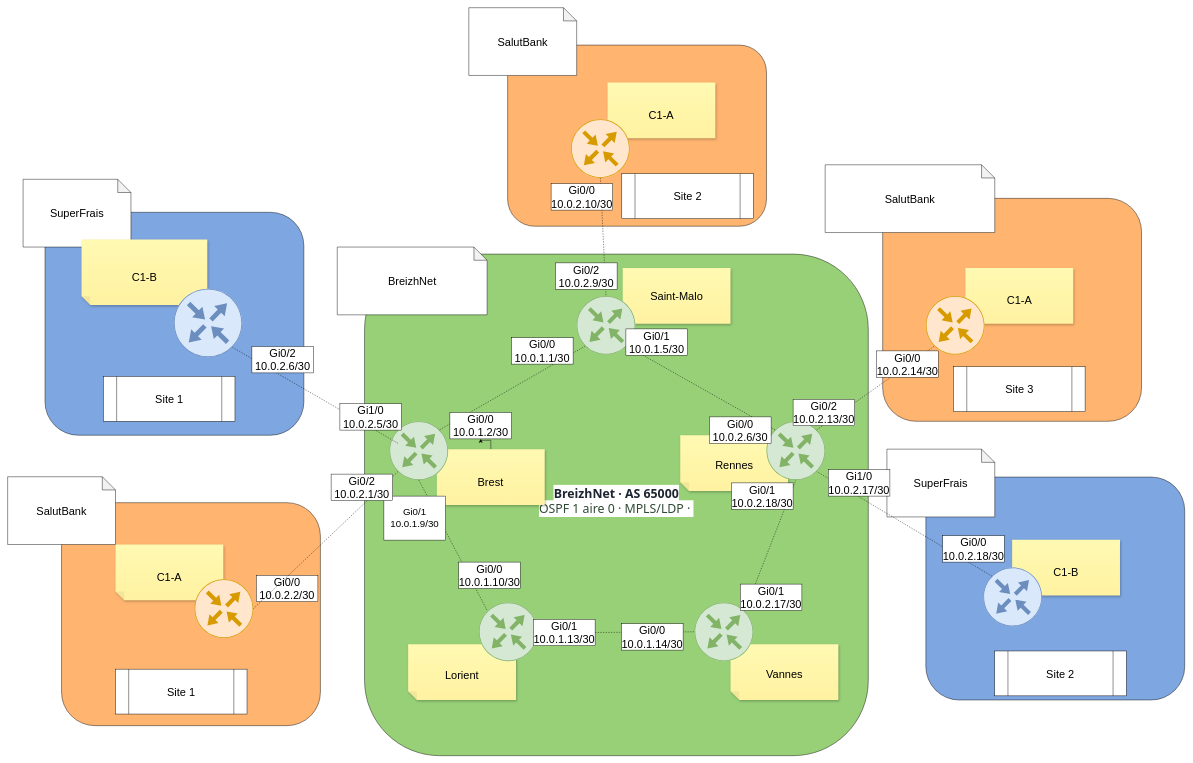
elouannbitauld-wq/SAE-303 keeps this draw.io diagram as nom-de-ton-dossier/Diagramme sans nom.drawio. Above is the earlier version. Source tidied: cells renumbered, new cells numbered last; positions are measured from the earlier drawing's top-left corner, leaving out a move shared by most shapes. Both pictures are drawn from the tidied source at 44%, with x=0, y=0 at pixel (7, 7).
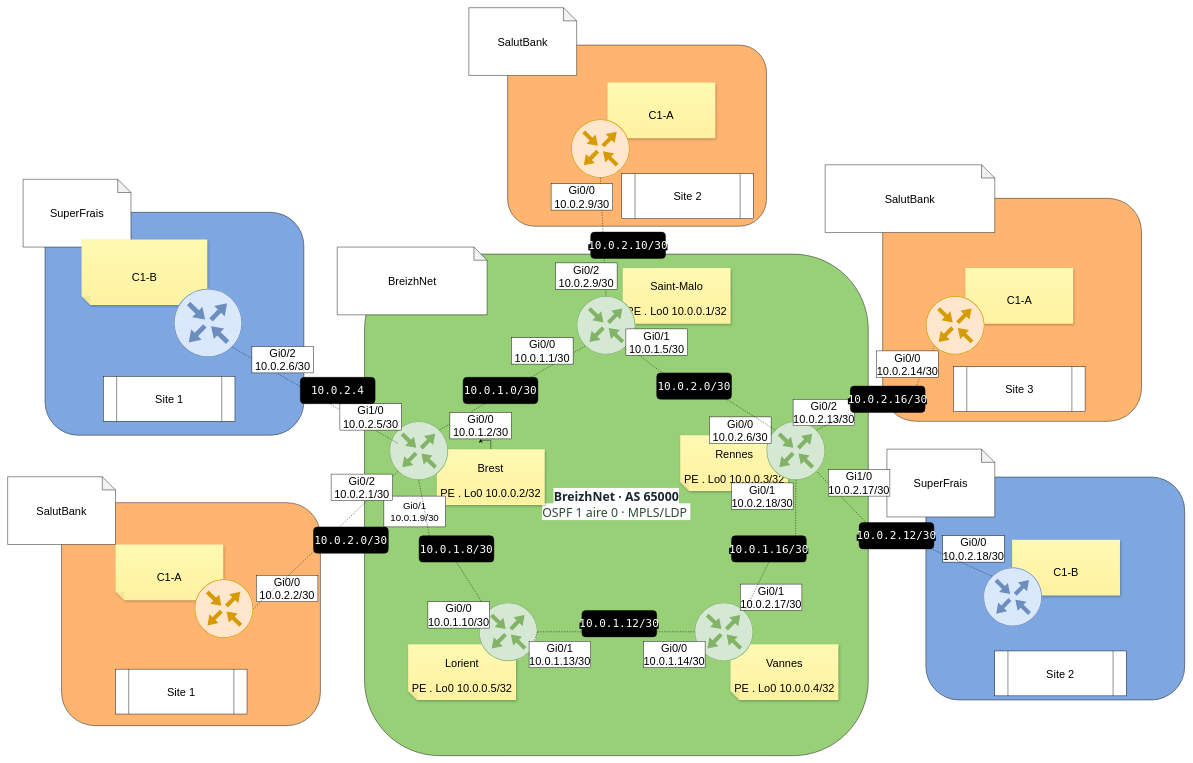
The same diagram, later.

Commit message (it also covers changes not shown here):
Mettre à jour Diagramme sans nom.drawio

Unchanged cells that the change refers to:
```xml
<mxCell id="13" style="sketch=0;points=[[0.5,0,0],[1,0.5,0],[0.5,1,0],[0,0.5,0],[0.145,0.145,0],[0.8555,0.145,0],[0.855,0.8555,0],[0.145,0.855,0]];verticalLabelPosition=bottom;html=1;verticalAlign=top;align=center;shape=mxgraph.cisco19.rect;prIcon=router;fillColor=#d5e8d4;strokeColor=#82b366;labelPerimeter=1;rotation=0;" parent="1" vertex="1">
  <mxGeometry x="867.6" y="940" width="133.4" height="133.4" as="geometry" />
</mxCell>
<mxCell id="14" style="sketch=0;points=[[0.5,0,0],[1,0.5,0],[0.5,1,0],[0,0.5,0],[0.145,0.145,0],[0.8555,0.145,0],[0.855,0.8555,0],[0.145,0.855,0]];verticalLabelPosition=bottom;html=1;verticalAlign=top;align=center;shape=mxgraph.cisco19.rect;prIcon=router;fillColor=#d5e8d4;strokeColor=#82b366;labelPerimeter=1;" parent="1" vertex="1">
  <mxGeometry x="1724.6" y="940" width="133.4" height="133.4" as="geometry" />
</mxCell>
<mxCell id="15" style="sketch=0;points=[[0.5,0,0],[1,0.5,0],[0.5,1,0],[0,0.5,0],[0.145,0.145,0],[0.8555,0.145,0],[0.855,0.8555,0],[0.145,0.855,0]];verticalLabelPosition=bottom;html=1;verticalAlign=top;align=center;shape=mxgraph.cisco19.rect;prIcon=router;fillColor=#d5e8d4;strokeColor=#82b366;labelPerimeter=1;" parent="1" vertex="1">
  <mxGeometry x="1293.1" y="655" width="133.4" height="133.4" as="geometry" />
</mxCell>
<mxCell id="16" style="sketch=0;points=[[0.5,0,0],[1,0.5,0],[0.5,1,0],[0,0.5,0],[0.145,0.145,0],[0.8555,0.145,0],[0.855,0.8555,0],[0.145,0.855,0]];verticalLabelPosition=bottom;html=1;verticalAlign=top;align=center;shape=mxgraph.cisco19.rect;prIcon=router;fillColor=#d5e8d4;strokeColor=#82b366;labelPerimeter=1;" parent="1" vertex="1">
  <mxGeometry x="1070.9" y="1351.7" width="133.4" height="133.4" as="geometry" />
</mxCell>
<mxCell id="17" style="sketch=0;points=[[0.5,0,0],[1,0.5,0],[0.5,1,0],[0,0.5,0],[0.145,0.145,0],[0.8555,0.145,0],[0.855,0.8555,0],[0.145,0.855,0]];verticalLabelPosition=bottom;html=1;verticalAlign=top;align=center;shape=mxgraph.cisco19.rect;prIcon=router;fillColor=#d5e8d4;strokeColor=#82b366;labelPerimeter=1;" parent="1" vertex="1">
  <mxGeometry x="1561.1" y="1351.7" width="133.4" height="133.4" as="geometry" />
</mxCell>
<mxCell id="28" style="sketch=0;points=[[0.5,0,0],[1,0.5,0],[0.5,1,0],[0,0.5,0],[0.145,0.145,0],[0.8555,0.145,0],[0.855,0.8555,0],[0.145,0.855,0]];verticalLabelPosition=bottom;html=1;verticalAlign=top;align=center;shape=mxgraph.cisco19.rect;prIcon=router;fillColor=#dae8fc;strokeColor=#6c8ebf;labelPerimeter=1;rotation=0;" parent="26" vertex="1">
  <mxGeometry y="63.3" width="133.4" height="133.4" as="geometry" />
</mxCell>
<mxCell id="58" style="sketch=0;points=[[0.5,0,0],[1,0.5,0],[0.5,1,0],[0,0.5,0],[0.145,0.145,0],[0.8555,0.145,0],[0.855,0.8555,0],[0.145,0.855,0]];verticalLabelPosition=bottom;html=1;verticalAlign=top;align=center;shape=mxgraph.cisco19.rect;prIcon=router;fillColor=#ffe6cc;strokeColor=#d79b00;labelPerimeter=1;rotation=0;" parent="1" vertex="1">
  <mxGeometry x="2086.7" y="655" width="133.4" height="133.4" as="geometry" />
</mxCell>
```

What changed in the source:
```diff
@@
-    <mxCell id="2" value="&lt;font style=&quot;font-size: 28px;&quot;&gt;&lt;b style=&quot;font-family: &amp;quot;IBM Plex Sans&amp;quot;, system-ui, sans-serif; background-color: rgb(255, 255, 255); line-height: 30px; color: rgb(27, 36, 48);&quot;&gt;BreizhNet · AS 65000&lt;/b&gt;&lt;br style=&quot;color: rgb(47, 74, 51); font-family: &amp;quot;IBM Plex Sans&amp;quot;, system-ui, sans-serif; background-color: rgb(255, 255, 255);&quot;&gt;&lt;span style=&quot;color: rgb(47, 74, 51); font-family: &amp;quot;IBM Plex Sans&amp;quot;, system-ui, sans-serif; background-color: rgb(255, 255, 255);&quot;&gt;OSPF 1 aire 0 · MPLS/LDP ·&amp;nbsp;&lt;/span&gt;&lt;/font&gt;&lt;div&gt;&lt;br&gt;&lt;/div&gt;" style="rounded=1;whiteSpace=wrap;html=1;roundedPerimeter=1;fillColor=#97D077;" parent="1" vertex="1">
+    <mxCell id="2" value="&lt;font style=&quot;font-size: 28px;&quot;&gt;&lt;b style=&quot;font-family: &amp;quot;IBM Plex Sans&amp;quot;, system-ui, sans-serif; background-color: rgb(255, 255, 255); line-height: 30px; color: rgb(27, 36, 48);&quot;&gt;BreizhNet · AS 65000&lt;/b&gt;&lt;br style=&quot;color: rgb(47, 74, 51); font-family: &amp;quot;IBM Plex Sans&amp;quot;, system-ui, sans-serif; background-color: rgb(255, 255, 255);&quot;&gt;&lt;span style=&quot;color: rgb(47, 74, 51); font-family: &amp;quot;IBM Plex Sans&amp;quot;, system-ui, sans-serif; background-color: rgb(255, 255, 255);&quot;&gt;OSPF 1 aire 0 · MPLS/LDP&amp;nbsp;&lt;/span&gt;&lt;/font&gt;" style="rounded=1;whiteSpace=wrap;html=1;roundedPerimeter=1;fillColor=#97D077;" parent="1" vertex="1">
       <mxGeometry x="811" y="560" width="1144.9" height="1140" as="geometry" />
     </mxCell>
@@
-    <mxCell id="7" value="&lt;font style=&quot;font-size: 25px;&quot;&gt;Saint-Malo&lt;/font&gt;" style="shape=note;whiteSpace=wrap;html=1;backgroundOutline=1;autosizeText=1;fontColor=#000000;darkOpacity=0.05;fillColor=#FFF9B2;strokeColor=none;fillStyle=solid;fontSize=29;direction=west;gradientDirection=north;gradientColor=#FFF2A1;shadow=1;size=20;" parent="1" vertex="1">
+    <mxCell id="7" value="&lt;font style=&quot;font-size: 25px;&quot;&gt;Saint-Malo&lt;br&gt;PE . Lo0 10.0.0.1/32&lt;/font&gt;" style="shape=note;whiteSpace=wrap;html=1;backgroundOutline=1;autosizeText=1;fontColor=#000000;darkOpacity=0.05;fillColor=#FFF9B2;strokeColor=none;fillStyle=solid;fontSize=47;direction=west;gradientDirection=north;gradientColor=#FFF2A1;shadow=1;size=20;" parent="1" vertex="1">
       <mxGeometry x="1397.7" y="591.7" width="245.1" height="126.7" as="geometry" />
     </mxCell>
-    <mxCell id="8" value="&lt;font style=&quot;font-size: 25px;&quot;&gt;Vannes&lt;/font&gt;" style="shape=note;whiteSpace=wrap;html=1;backgroundOutline=1;autosizeText=1;fontColor=#000000;darkOpacity=0.05;fillColor=#FFF9B2;strokeColor=none;fillStyle=solid;fontSize=42;direction=west;gradientDirection=north;gradientColor=#FFF2A1;shadow=1;size=20;" parent="1" vertex="1">
+    <mxCell id="8" value="&lt;font style=&quot;font-size: 25px;&quot;&gt;Vannes&lt;br&gt;PE . Lo0 10.0.0.4/32&lt;/font&gt;" style="shape=note;whiteSpace=wrap;html=1;backgroundOutline=1;autosizeText=1;fontColor=#000000;darkOpacity=0.05;fillColor=#FFF9B2;strokeColor=none;fillStyle=solid;fontSize=47;direction=west;gradientDirection=north;gradientColor=#FFF2A1;shadow=1;size=20;" parent="1" vertex="1">
       <mxGeometry x="1642.8" y="1446.7" width="245.1" height="126.7" as="geometry" />
     </mxCell>
-    <mxCell id="9" value="&lt;font style=&quot;font-size: 25px;&quot;&gt;Lorient&lt;/font&gt;" style="shape=note;whiteSpace=wrap;html=1;backgroundOutline=1;autosizeText=1;fontColor=#000000;darkOpacity=0.05;fillColor=#FFF9B2;strokeColor=none;fillStyle=solid;fontSize=45;direction=west;gradientDirection=north;gradientColor=#FFF2A1;shadow=1;size=20;" parent="1" vertex="1">
+    <mxCell id="9" value="&lt;font style=&quot;font-size: 25px;&quot;&gt;Lorient&lt;br&gt;PE . Lo0 10.0.0.5/32&lt;/font&gt;" style="shape=note;whiteSpace=wrap;html=1;backgroundOutline=1;autosizeText=1;fontColor=#000000;darkOpacity=0.05;fillColor=#FFF9B2;strokeColor=none;fillStyle=solid;fontSize=47;direction=west;gradientDirection=north;gradientColor=#FFF2A1;shadow=1;size=20;" parent="1" vertex="1">
       <mxGeometry x="910.1" y="1446.7" width="245.1" height="126.7" as="geometry" />
     </mxCell>
-    <mxCell id="10" value="&lt;font style=&quot;font-size: 25px;&quot;&gt;Rennes&lt;/font&gt;" style="shape=note;whiteSpace=wrap;html=1;backgroundOutline=1;autosizeText=1;fontColor=#000000;darkOpacity=0.05;fillColor=#FFF9B2;strokeColor=none;fillStyle=solid;fontSize=40;direction=west;gradientDirection=north;gradientColor=#FFF2A1;shadow=1;size=20;" parent="1" vertex="1">
+    <mxCell id="10" value="&lt;font style=&quot;font-size: 25px;&quot;&gt;Rennes&lt;br&gt;PE . Lo0 10.0.0.3/32&lt;/font&gt;" style="shape=note;whiteSpace=wrap;html=1;backgroundOutline=1;autosizeText=1;fontColor=#000000;darkOpacity=0.05;fillColor=#FFF9B2;strokeColor=none;fillStyle=solid;fontSize=47;direction=west;gradientDirection=north;gradientColor=#FFF2A1;shadow=1;size=20;" parent="1" vertex="1">
       <mxGeometry x="1528.5" y="971.7" width="245.1" height="126.7" as="geometry" />
     </mxCell>
@@
-    <mxCell id="12" value="&lt;font style=&quot;font-size: 25px;&quot;&gt;Brest&lt;/font&gt;" style="shape=note;whiteSpace=wrap;html=1;backgroundOutline=1;autosizeText=1;fontColor=#000000;darkOpacity=0.05;fillColor=#FFF9B2;strokeColor=none;fillStyle=solid;fontSize=55;direction=west;gradientDirection=north;gradientColor=#FFF2A1;shadow=1;size=20;" parent="1" vertex="1">
+    <mxCell id="12" value="&lt;font style=&quot;font-size: 25px;&quot;&gt;Brest&lt;br&gt;PE . Lo0 10.0.0.2/32&lt;/font&gt;" style="shape=note;whiteSpace=wrap;html=1;backgroundOutline=1;autosizeText=1;fontColor=#000000;darkOpacity=0.05;fillColor=#FFF9B2;strokeColor=none;fillStyle=solid;fontSize=47;direction=west;gradientDirection=north;gradientColor=#FFF2A1;shadow=1;size=20;" parent="1" vertex="1">
       <mxGeometry x="975.4" y="1003.3" width="245.1" height="126.7" as="geometry" />
     </mxCell>
@@
-    <mxCell id="18" style="endArrow=none;dashed=1;html=1;rounded=0;defaultLabelBackgroundColor=page;exitX=0.5;exitY=1;exitDx=0;exitDy=0;exitPerimeter=0;entryX=0.145;entryY=0.145;entryDx=0;entryDy=0;entryPerimeter=0;" parent="1" edge="1" source="13" target="16">
+    <mxCell id="18" style="endArrow=none;dashed=1;html=1;rounded=0;defaultLabelBackgroundColor=page;exitX=0.5;exitY=1;exitDx=0;exitDy=0;exitPerimeter=0;entryX=0.145;entryY=0.145;entryDx=0;entryDy=0;entryPerimeter=0;" parent="1" edge="1" source="82" target="16">
       <mxGeometry relative="1" as="geometry" />
     </mxCell>
@@
-    <mxCell id="20" style="endArrow=none;dashed=1;html=1;rounded=0;defaultLabelBackgroundColor=page;entryX=0;entryY=0.5;entryDx=0;entryDy=0;entryPerimeter=0;exitX=1;exitY=0.5;exitDx=0;exitDy=0;exitPerimeter=0;" parent="1" edge="1" source="54" target="17">
+    <mxCell id="20" style="endArrow=none;dashed=1;html=1;rounded=0;defaultLabelBackgroundColor=page;entryX=0;entryY=0.5;entryDx=0;entryDy=0;entryPerimeter=0;" parent="1" edge="1" source="16" target="17">
       <mxGeometry relative="1" as="geometry" />
     </mxCell>
-    <mxCell id="21" style="endArrow=none;dashed=1;html=1;rounded=0;defaultLabelBackgroundColor=page;entryX=0.855;entryY=0.8555;entryDx=0;entryDy=0;entryPerimeter=0;exitX=0.145;exitY=0.145;exitDx=0;exitDy=0;exitPerimeter=0;" parent="1" edge="1" source="14" target="15">
+    <mxCell id="21" style="endArrow=none;dashed=1;html=1;rounded=0;defaultLabelBackgroundColor=page;entryX=0.855;entryY=0.8555;entryDx=0;entryDy=0;entryPerimeter=0;exitX=0.145;exitY=0.145;exitDx=0;exitDy=0;exitPerimeter=0;" parent="1" edge="1" source="77" target="15">
       <mxGeometry relative="1" as="geometry" />
     </mxCell>
-    <mxCell id="22" style="endArrow=none;dashed=1;html=1;rounded=0;defaultLabelBackgroundColor=page;entryX=0.5;entryY=1;entryDx=0;entryDy=0;entryPerimeter=0;exitX=0.8555;exitY=0.145;exitDx=0;exitDy=0;exitPerimeter=0;" parent="1" edge="1" source="17" target="14">
+    <mxCell id="22" style="endArrow=none;dashed=1;html=1;rounded=0;defaultLabelBackgroundColor=page;entryX=0.5;entryY=1;entryDx=0;entryDy=0;entryPerimeter=0;exitX=0.8555;exitY=0.145;exitDx=0;exitDy=0;exitPerimeter=0;" parent="1" edge="1" source="79" target="14">
       <mxGeometry relative="1" as="geometry" />
     </mxCell>
@@
     <mxCell id="47" value="&lt;font style=&quot;font-size: 25px;&quot;&gt;Gi0/0&lt;/font&gt;&lt;div&gt;&lt;font style=&quot;font-size: 25px;&quot;&gt;10.0.1.10/30&lt;/font&gt;&lt;/div&gt;" style="rounded=0;whiteSpace=wrap;html=1;" parent="1" vertex="1">
-      <mxGeometry x="1025" y="1260" width="140" height="60" as="geometry" />
+      <mxGeometry x="955" y="1350" width="140" height="60" as="geometry" />
     </mxCell>
     <mxCell id="48" value="&lt;font&gt;Gi0/1&lt;/font&gt;&lt;div&gt;&lt;font&gt;10.0.1.9/30&lt;/font&gt;&lt;/div&gt;" style="rounded=0;whiteSpace=wrap;html=1;fontSize=22;" parent="1" vertex="1">
-      <mxGeometry x="855" y="1110" width="140" height="100" as="geometry" />
+      <mxGeometry x="855" y="1110" width="140" height="70" as="geometry" />
     </mxCell>
@@
     <mxCell id="52" value="&lt;font style=&quot;font-size: 25px;&quot;&gt;Gi0/0&lt;/font&gt;&lt;div&gt;&lt;font style=&quot;font-size: 25px;&quot;&gt;10.0.1.14/30&lt;/font&gt;&lt;/div&gt;" style="rounded=0;whiteSpace=wrap;html=1;" parent="1" vertex="1">
-      <mxGeometry x="1395" y="1400" width="140" height="60" as="geometry" />
+      <mxGeometry x="1445" y="1440" width="140" height="60" as="geometry" />
     </mxCell>
@@
     <mxCell id="54" value="&lt;font style=&quot;font-size: 25px;&quot;&gt;Gi0/1&lt;/font&gt;&lt;div&gt;&lt;font style=&quot;font-size: 25px;&quot;&gt;10.0.1.13/30&lt;/font&gt;&lt;/div&gt;" style="rounded=0;whiteSpace=wrap;html=1;" parent="1" vertex="1">
-      <mxGeometry x="1195" y="1390" width="140" height="60" as="geometry" />
+      <mxGeometry x="1185" y="1440" width="140" height="60" as="geometry" />
     </mxCell>
@@
-    <mxCell id="61" style="endArrow=none;dashed=1;html=1;rounded=0;defaultLabelBackgroundColor=page;entryX=0.145;entryY=0.855;entryDx=0;entryDy=0;entryPerimeter=0;exitX=0.8555;exitY=0.145;exitDx=0;exitDy=0;exitPerimeter=0;" parent="1" edge="1" source="14" target="58">
+    <mxCell id="61" style="endArrow=none;dashed=1;html=1;rounded=0;defaultLabelBackgroundColor=page;entryX=0.145;entryY=0.855;entryDx=0;entryDy=0;entryPerimeter=0;exitX=0.8555;exitY=0.145;exitDx=0;exitDy=0;exitPerimeter=0;" parent="1" edge="1" source="86" target="58">
       <mxGeometry relative="1" as="geometry" />
     </mxCell>
@@
-    <mxCell id="67" style="endArrow=none;dashed=1;html=1;rounded=0;defaultLabelBackgroundColor=page;exitX=0.145;exitY=0.145;exitDx=0;exitDy=0;exitPerimeter=0;entryX=0.855;entryY=0.8555;entryDx=0;entryDy=0;entryPerimeter=0;" parent="1" edge="1" source="28" target="14">
+    <mxCell id="67" style="endArrow=none;dashed=1;html=1;rounded=0;defaultLabelBackgroundColor=page;exitX=0.145;exitY=0.145;exitDx=0;exitDy=0;exitPerimeter=0;entryX=0.855;entryY=0.8555;entryDx=0;entryDy=0;entryPerimeter=0;" parent="1" edge="1" source="88" target="14">
       <mxGeometry relative="1" as="geometry" />
     </mxCell>
@@
-    <mxCell id="72" value="&lt;font style=&quot;font-size: 25px;&quot;&gt;Gi0/0&lt;/font&gt;&lt;div&gt;&lt;font style=&quot;font-size: 25px;&quot;&gt;10.0.2.10/30&lt;/font&gt;&lt;/div&gt;" style="rounded=0;whiteSpace=wrap;html=1;" parent="1" vertex="1">
+    <mxCell id="72" value="&lt;font style=&quot;font-size: 25px;&quot;&gt;Gi0/0&lt;/font&gt;&lt;div&gt;&lt;font style=&quot;font-size: 25px;&quot;&gt;10.0.2.9/30&lt;/font&gt;&lt;/div&gt;" style="rounded=0;whiteSpace=wrap;html=1;" parent="1" vertex="1">
       <mxGeometry x="1235" y="400" width="140" height="60" as="geometry" />
     </mxCell>
@@
+    <mxCell id="74" value="&lt;span style=&quot;font-family: &amp;quot;IBM Plex Mono&amp;quot;, ui-monospace, Menlo, monospace; background-color: rgb(0, 0, 0);&quot;&gt;&lt;font style=&quot;font-size: 25px;&quot;&gt;10.0.2.4&lt;/font&gt;&lt;/span&gt;" style="rounded=1;whiteSpace=wrap;html=1;roundedPerimeter=1;fillColor=#000000;fontColor=#FFFFFF;" parent="1" vertex="1">
+      <mxGeometry x="665" y="840" width="170" height="60" as="geometry" />
+    </mxCell>
+    <mxCell id="75" value="&lt;span style=&quot;font-family: &amp;quot;IBM Plex Mono&amp;quot;, ui-monospace, Menlo, monospace; background-color: rgb(0, 0, 0);&quot;&gt;&lt;font style=&quot;font-size: 25px;&quot;&gt;10.0.1.0/30&lt;/font&gt;&lt;/span&gt;" style="rounded=1;whiteSpace=wrap;html=1;roundedPerimeter=1;fillColor=#000000;fontColor=#FFFFFF;" parent="1" vertex="1">
+      <mxGeometry x="1035" y="840" width="170" height="60" as="geometry" />
+    </mxCell>
+    <mxCell id="76" style="endArrow=none;dashed=1;html=1;rounded=0;defaultLabelBackgroundColor=page;entryX=0.855;entryY=0.8555;entryDx=0;entryDy=0;entryPerimeter=0;exitX=0.145;exitY=0.145;exitDx=0;exitDy=0;exitPerimeter=0;" parent="1" edge="1" source="14" target="77">
+      <mxGeometry relative="1" as="geometry" />
+    </mxCell>
+    <mxCell id="77" value="&lt;span style=&quot;font-family: &amp;quot;IBM Plex Mono&amp;quot;, ui-monospace, Menlo, monospace; background-color: rgb(0, 0, 0);&quot;&gt;&lt;font style=&quot;font-size: 25px;&quot;&gt;10.0.2.0/30&lt;/font&gt;&lt;/span&gt;" style="rounded=1;whiteSpace=wrap;html=1;roundedPerimeter=1;fillColor=#000000;fontColor=#FFFFFF;" parent="1" vertex="1">
+      <mxGeometry x="1475" y="830" width="170" height="60" as="geometry" />
+    </mxCell>
+    <mxCell id="78" style="endArrow=none;dashed=1;html=1;rounded=0;defaultLabelBackgroundColor=page;entryX=0.5;entryY=1;entryDx=0;entryDy=0;entryPerimeter=0;exitX=0.8555;exitY=0.145;exitDx=0;exitDy=0;exitPerimeter=0;" parent="1" edge="1" source="17" target="79">
+      <mxGeometry relative="1" as="geometry" />
+    </mxCell>
+    <mxCell id="79" value="&lt;span style=&quot;font-family: &amp;quot;IBM Plex Mono&amp;quot;, ui-monospace, Menlo, monospace; background-color: rgb(0, 0, 0);&quot;&gt;&lt;font style=&quot;font-size: 25px;&quot;&gt;10.0.1.16/30&lt;/font&gt;&lt;/span&gt;" style="rounded=1;whiteSpace=wrap;html=1;roundedPerimeter=1;fillColor=#000000;fontColor=#FFFFFF;" parent="1" vertex="1">
+      <mxGeometry x="1645" y="1200" width="170" height="60" as="geometry" />
+    </mxCell>
+    <mxCell id="80" value="&lt;span style=&quot;font-family: &amp;quot;IBM Plex Mono&amp;quot;, ui-monospace, Menlo, monospace; background-color: rgb(0, 0, 0);&quot;&gt;&lt;font style=&quot;font-size: 25px;&quot;&gt;10.0.1.12/30&lt;/font&gt;&lt;/span&gt;" style="rounded=1;whiteSpace=wrap;html=1;roundedPerimeter=1;fillColor=#000000;fontColor=#FFFFFF;" parent="1" vertex="1">
+      <mxGeometry x="1305" y="1370" width="170" height="60" as="geometry" />
+    </mxCell>
+    <mxCell id="81" style="endArrow=none;dashed=1;html=1;rounded=0;defaultLabelBackgroundColor=page;exitX=0.5;exitY=1;exitDx=0;exitDy=0;exitPerimeter=0;entryX=0.145;entryY=0.145;entryDx=0;entryDy=0;entryPerimeter=0;" parent="1" edge="1" source="13" target="82">
+      <mxGeometry relative="1" as="geometry" />
+    </mxCell>
+    <mxCell id="82" value="&lt;span style=&quot;font-family: &amp;quot;IBM Plex Mono&amp;quot;, ui-monospace, Menlo, monospace; background-color: rgb(0, 0, 0);&quot;&gt;&lt;font style=&quot;font-size: 25px;&quot;&gt;10.0.1.8/30&lt;/font&gt;&lt;/span&gt;" style="rounded=1;whiteSpace=wrap;html=1;roundedPerimeter=1;fillColor=#000000;fontColor=#FFFFFF;" parent="1" vertex="1">
+      <mxGeometry x="935" y="1200" width="170" height="60" as="geometry" />
+    </mxCell>
+    <mxCell id="83" value="&lt;span style=&quot;font-family: &amp;quot;IBM Plex Mono&amp;quot;, ui-monospace, Menlo, monospace; background-color: rgb(0, 0, 0);&quot;&gt;&lt;font style=&quot;font-size: 25px;&quot;&gt;10.0.2.0/30&lt;/font&gt;&lt;/span&gt;" style="rounded=1;whiteSpace=wrap;html=1;roundedPerimeter=1;fillColor=#000000;fontColor=#FFFFFF;" parent="1" vertex="1">
+      <mxGeometry x="695" y="1180" width="170" height="60" as="geometry" />
+    </mxCell>
+    <mxCell id="84" value="&lt;span style=&quot;font-family: &amp;quot;IBM Plex Mono&amp;quot;, ui-monospace, Menlo, monospace; background-color: rgb(0, 0, 0);&quot;&gt;&lt;font style=&quot;font-size: 25px;&quot;&gt;10.0.2.10/30&lt;/font&gt;&lt;/span&gt;" style="rounded=1;whiteSpace=wrap;html=1;roundedPerimeter=1;fillColor=#000000;fontColor=#FFFFFF;" parent="1" vertex="1">
+      <mxGeometry x="1325" y="510" width="170" height="60" as="geometry" />
+    </mxCell>
+    <mxCell id="85" style="endArrow=none;dashed=1;html=1;rounded=0;defaultLabelBackgroundColor=page;entryX=0.145;entryY=0.855;entryDx=0;entryDy=0;entryPerimeter=0;exitX=0.8555;exitY=0.145;exitDx=0;exitDy=0;exitPerimeter=0;" parent="1" edge="1" source="14" target="86">
+      <mxGeometry relative="1" as="geometry" />
+    </mxCell>
+    <mxCell id="86" value="&lt;span style=&quot;font-family: &amp;quot;IBM Plex Mono&amp;quot;, ui-monospace, Menlo, monospace; background-color: rgb(0, 0, 0);&quot;&gt;&lt;font style=&quot;font-size: 25px;&quot;&gt;10.0.2.16/30&lt;/font&gt;&lt;/span&gt;" style="rounded=1;whiteSpace=wrap;html=1;roundedPerimeter=1;fillColor=#000000;fontColor=#FFFFFF;" parent="1" vertex="1">
+      <mxGeometry x="1915" y="860" width="170" height="60" as="geometry" />
+    </mxCell>
+    <mxCell id="87" style="endArrow=none;dashed=1;html=1;rounded=0;defaultLabelBackgroundColor=page;exitX=0.145;exitY=0.145;exitDx=0;exitDy=0;exitPerimeter=0;entryX=0.855;entryY=0.8555;entryDx=0;entryDy=0;entryPerimeter=0;" parent="1" edge="1" source="28" target="88">
+      <mxGeometry relative="1" as="geometry" />
+    </mxCell>
+    <mxCell id="88" value="&lt;span style=&quot;font-family: &amp;quot;IBM Plex Mono&amp;quot;, ui-monospace, Menlo, monospace; background-color: rgb(0, 0, 0);&quot;&gt;&lt;font style=&quot;font-size: 25px;&quot;&gt;10.0.2.12/30&lt;/font&gt;&lt;/span&gt;" style="rounded=1;whiteSpace=wrap;html=1;roundedPerimeter=1;fillColor=#000000;fontColor=#FFFFFF;" parent="1" vertex="1">
+      <mxGeometry x="1935" y="1170" width="170" height="60" as="geometry" />
+    </mxCell>
```
